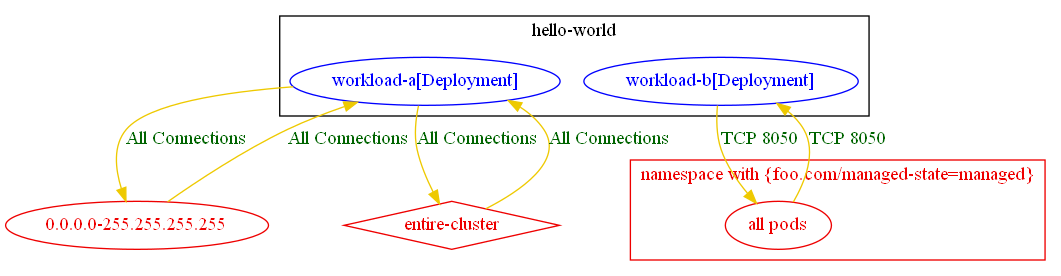
The Graphviz diagram test_outputs/connlist/exposure_test_pod_exposed_only_to_representative_peers_connlist_output.dot.png in np-guard/netpol-analyzer, before a commit. Its source is kept beside it as test_outputs/connlist/exposure_test_pod_exposed_only_to_representative_peers_connlist_output.dot.
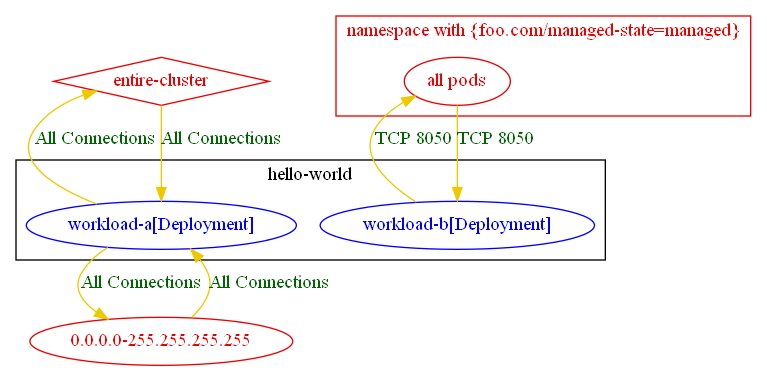
Later version of the same file.

Diff of the diagram source:
```diff
@@ -15,9 +15,9 @@
 	"0.0.0.0-255.255.255.255" [label="0.0.0.0-255.255.255.255" color="red2" fontcolor="red2"]
 	"entire-cluster" [label="entire-cluster" color="red2" fontcolor="red2" shape=diamond]
 	"0.0.0.0-255.255.255.255" -> "hello-world/workload-a[Deployment]" [label="All Connections" color="gold2" fontcolor="darkgreen"]
-	"all pods_in_namespace with {foo.com/managed-state=managed}" -> "hello-world/workload-b[Deployment]" [label="TCP 8050" color="gold2" fontcolor="darkgreen"]
-	"entire-cluster" -> "hello-world/workload-a[Deployment]" [label="All Connections" color="gold2" fontcolor="darkgreen"]
+	"all pods_in_namespace with {foo.com/managed-state=managed}" -> "hello-world/workload-b[Deployment]" [label="TCP 8050" color="gold2" fontcolor="darkgreen" weight=1]
+	"entire-cluster" -> "hello-world/workload-a[Deployment]" [label="All Connections" color="gold2" fontcolor="darkgreen" weight=1]
 	"hello-world/workload-a[Deployment]" -> "0.0.0.0-255.255.255.255" [label="All Connections" color="gold2" fontcolor="darkgreen"]
-	"hello-world/workload-a[Deployment]" -> "entire-cluster" [label="All Connections" color="gold2" fontcolor="darkgreen"]
-	"hello-world/workload-b[Deployment]" -> "all pods_in_namespace with {foo.com/managed-state=managed}" [label="TCP 8050" color="gold2" fontcolor="darkgreen"]
+	"hello-world/workload-a[Deployment]" -> "entire-cluster" [label="All Connections" color="gold2" fontcolor="darkgreen" weight=0.5]
+	"hello-world/workload-b[Deployment]" -> "all pods_in_namespace with {foo.com/managed-state=managed}" [label="TCP 8050" color="gold2" fontcolor="darkgreen" weight=0.5]
 }
```
